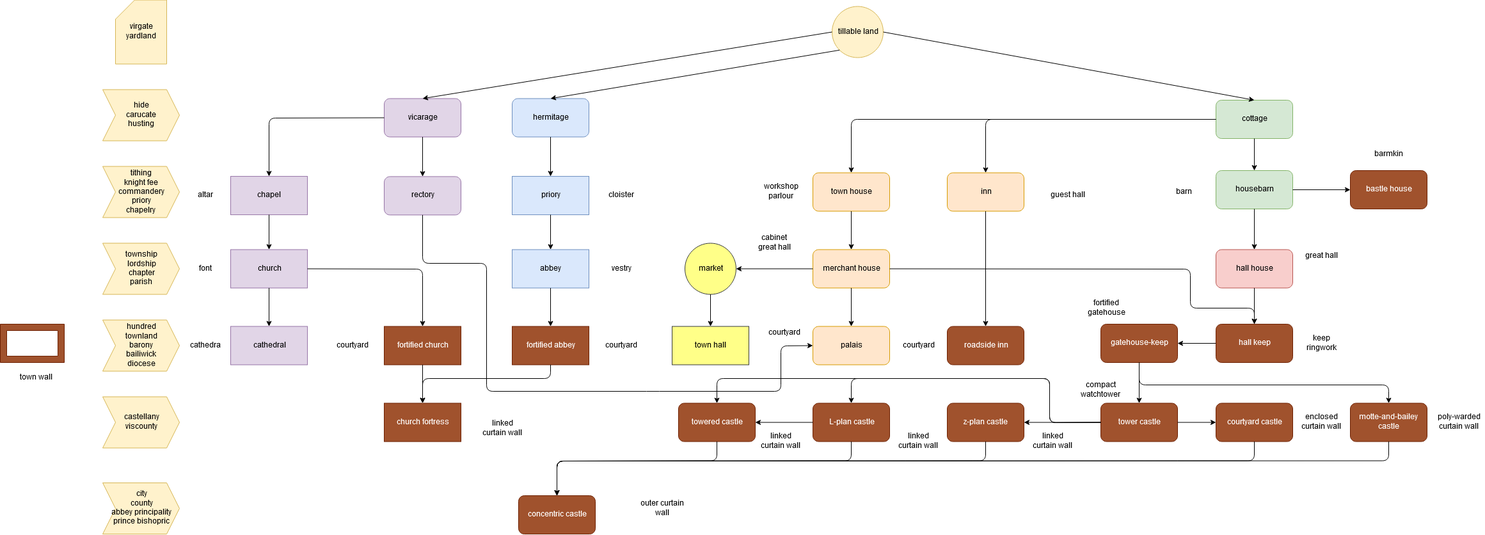
This is manual/castle_design/castle_defenses.png from WiebedeBoer/middle3D, a draw.io export, as it was before one commit. Source tidied: cells renumbered, new cells last; positions are measured from the earlier drawing's top-left corner, leaving out a move shared by most shapes.
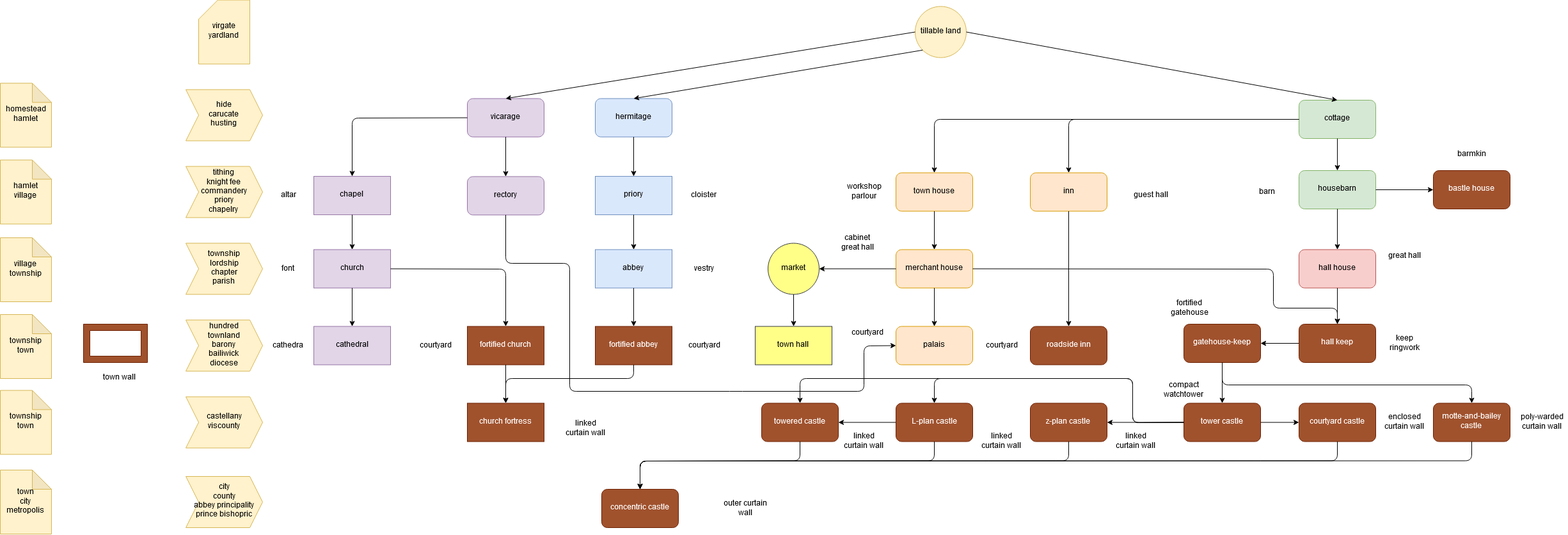
After the commit.

Commit message:
pop size

pop size

The edit, as a diff of the source:
```diff
@@ -125,7 +125,7 @@
       <mxGeometry x="1185" y="289.5" width="70" height="20" as="geometry" />
     </mxCell>
     <mxCell id="40" value="concentric castle" style="rounded=1;whiteSpace=wrap;html=1;fillColor=#a0522d;strokeColor=#6D1F00;fontColor=#ffffff;" parent="1" vertex="1">
-      <mxGeometry x="810" y="774" width="120" height="60" as="geometry" />
+      <mxGeometry x="810" y="764" width="120" height="60" as="geometry" />
     </mxCell>
     <mxCell id="41" style="endArrow=classic;html=1;exitX=0.5;exitY=1;exitDx=0;exitDy=0;entryX=0.5;entryY=0;entryDx=0;entryDy=0;" parent="1" edge="1" source="12" target="40">
       <mxGeometry relative="1" as="geometry">
@@ -265,7 +265,7 @@
       <mxGeometry x="160" y="619.5" width="120" height="80" as="geometry" />
     </mxCell>
     <mxCell id="77" value="&lt;div&gt;city&lt;/div&gt;&lt;div&gt;county&lt;/div&gt;&lt;div&gt;abbey principality&lt;/div&gt;&lt;div&gt;prince bishopric&lt;br&gt;&lt;/div&gt;" style="shape=step;perimeter=stepPerimeter;whiteSpace=wrap;html=1;fixedSize=1;fillColor=#fff2cc;strokeColor=#d6b656;" parent="1" vertex="1">
-      <mxGeometry x="160" y="754" width="120" height="80" as="geometry" />
+      <mxGeometry x="160" y="744" width="120" height="80" as="geometry" />
     </mxCell>
     <mxCell id="78" style="endArrow=classic;html=1;exitX=0.5;exitY=1;exitDx=0;exitDy=0;entryX=0.5;entryY=0;entryDx=0;entryDy=0;" parent="1" edge="1" source="4" target="7">
       <mxGeometry relative="1" as="geometry" />
@@ -395,5 +395,23 @@
     <mxCell id="106" value="barmkin" style="text;html=1;strokeColor=none;fillColor=none;align=center;verticalAlign=middle;whiteSpace=wrap;rounded=0;" parent="1" vertex="1">
       <mxGeometry x="2150" y="231" width="40" height="20" as="geometry" />
     </mxCell>
+    <mxCell id="107" value="&lt;div&gt;homestead&lt;/div&gt;&lt;div&gt;hamlet&lt;br&gt;&lt;/div&gt;" style="shape=note;whiteSpace=wrap;html=1;backgroundOutline=1;darkOpacity=0.05;fillColor=#fff2cc;strokeColor=#d6b656;" parent="1" vertex="1">
+      <mxGeometry x="-130" y="129.5" width="80" height="100" as="geometry" />
+    </mxCell>
+    <mxCell id="108" value="&lt;div&gt;hamlet&lt;/div&gt;&lt;div&gt;village&lt;br&gt;&lt;/div&gt;" style="shape=note;whiteSpace=wrap;html=1;backgroundOutline=1;darkOpacity=0.05;fillColor=#fff2cc;strokeColor=#d6b656;" parent="1" vertex="1">
+      <mxGeometry x="-130" y="249.5" width="80" height="100" as="geometry" />
+    </mxCell>
+    <mxCell id="109" value="&lt;div&gt;village&lt;/div&gt;&lt;div&gt;township&lt;br&gt;&lt;/div&gt;" style="shape=note;whiteSpace=wrap;html=1;backgroundOutline=1;darkOpacity=0.05;fillColor=#fff2cc;strokeColor=#d6b656;" parent="1" vertex="1">
+      <mxGeometry x="-130" y="371" width="80" height="100" as="geometry" />
+    </mxCell>
+    <mxCell id="110" value="&lt;div&gt;township&lt;/div&gt;&lt;div&gt;town&lt;br&gt;&lt;/div&gt;" style="shape=note;whiteSpace=wrap;html=1;backgroundOutline=1;darkOpacity=0.05;fillColor=#fff2cc;strokeColor=#d6b656;" parent="1" vertex="1">
+      <mxGeometry x="-130" y="491" width="80" height="100" as="geometry" />
+    </mxCell>
+    <mxCell id="111" value="&lt;div&gt;township&lt;/div&gt;&lt;div&gt;town&lt;br&gt;&lt;/div&gt;" style="shape=note;whiteSpace=wrap;html=1;backgroundOutline=1;darkOpacity=0.05;fillColor=#fff2cc;strokeColor=#d6b656;" parent="1" vertex="1">
+      <mxGeometry x="-130" y="609.5" width="80" height="100" as="geometry" />
+    </mxCell>
+    <mxCell id="112" value="&lt;div&gt;town&lt;/div&gt;&lt;div&gt;city&lt;/div&gt;&lt;div&gt;metropolis&lt;br&gt;&lt;/div&gt;" style="shape=note;whiteSpace=wrap;html=1;backgroundOutline=1;darkOpacity=0.05;fillColor=#fff2cc;strokeColor=#d6b656;" parent="1" vertex="1">
+      <mxGeometry x="-130" y="734" width="80" height="100" as="geometry" />
+    </mxCell>
   </root>
 </mxGraphModel>
```
